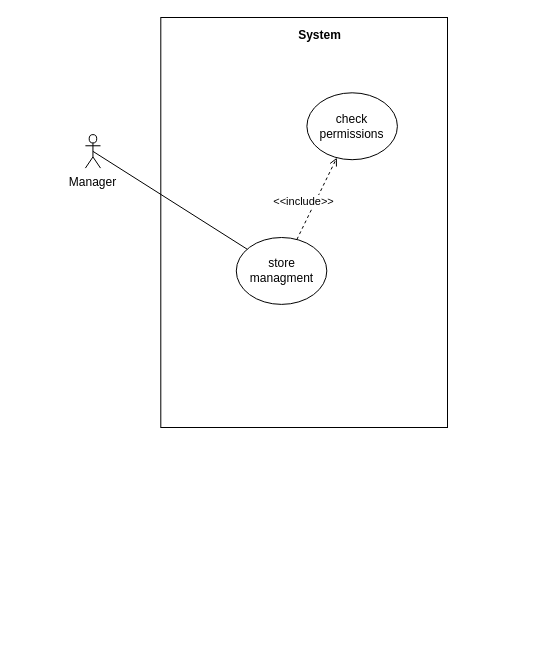
The draw.io diagram use cases/use case 5.1.drawio in LevyIfta/Team-19B-Project, before the edit. Source tidied: cells renumbered, new cells numbered last; positions are measured from the earlier drawing's top-left corner, leaving out a move shared by most shapes. Both pictures are drawn from the tidied source at 100%, with x=0, y=0 at pixel (17, 17).
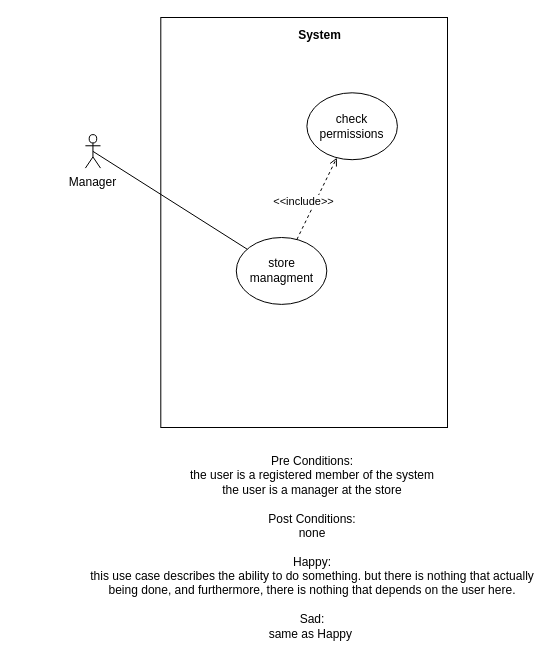
Above is the later version.

Diff of the diagram source:
```diff
@@
 <mxGraphModel>
   <root>
     <mxCell id="0" />
     <mxCell id="1" parent="0" />
     <mxCell id="2" style="group;" parent="1" vertex="1">
       <mxGeometry width="430" height="410" as="geometry" />
     </mxCell>
     <mxCell id="3" style="rounded=0;whiteSpace=wrap;html=1;" parent="2" vertex="1">
       <mxGeometry x="143.3" width="286.7" height="410" as="geometry" />
     </mxCell>
     <mxCell id="4" value="Manager" style="shape=umlActor;verticalLabelPosition=bottom;verticalAlign=top;html=1;outlineConnect=0;" parent="2" vertex="1">
       <mxGeometry x="67.9" y="117.1" width="15.1" height="33.5" as="geometry" />
     </mxCell>
     <mxCell id="5" value="store managment" style="ellipse;whiteSpace=wrap;html=1;" parent="2" vertex="1">
       <mxGeometry x="218.8" y="220" width="90.5" height="66.9" as="geometry" />
     </mxCell>
     <mxCell id="6" style="endArrow=none;html=1;entryX=0.5;entryY=0.5;entryDx=0;entryDy=0;entryPerimeter=0;" parent="2" edge="1" source="5" target="4">
       <mxGeometry relative="1" as="geometry" />
     </mxCell>
     <mxCell id="7" value="&lt;b&gt;System&lt;/b&gt;" style="text;html=1;align=center;verticalAlign=middle;" parent="2" vertex="1">
       <mxGeometry x="271.6" y="8.4" width="60" height="20" as="geometry" />
     </mxCell>
     <mxCell id="8" value="check permissions" style="ellipse;whiteSpace=wrap;html=1;" parent="2" vertex="1">
       <mxGeometry x="289.4" y="75.3" width="90.5" height="66.9" as="geometry" />
     </mxCell>
     <mxCell id="9" style="endArrow=open;dashed=1;html=1;strokeWidth=1;endFill=0;" parent="2" edge="1" source="5" target="8">
       <mxGeometry relative="1" as="geometry" />
     </mxCell>
     <mxCell id="10" value="&amp;lt;&amp;lt;include&amp;gt;&amp;gt;" style="edgeLabel;html=1;align=center;verticalAlign=middle;" parent="9" vertex="1">
       <mxGeometry x="-0.4" y="-4" relative="1" as="geometry">
         <mxPoint x="-9" y="-16" as="offset" />
       </mxGeometry>
     </mxCell>
+    <mxCell id="11" value="Pre Conditions:&lt;br&gt;the user is a registered member of the system&lt;br&gt;the user is a manager at the store&lt;br&gt;&lt;br&gt;Post Conditions:&lt;br&gt;none&lt;br&gt;&lt;br&gt;Happy:&lt;br&gt;this use case describes the ability to do something. but there is nothing that actually being done, and furthermore, there is nothing that depends on the user here.&lt;br&gt;&lt;br&gt;Sad:&lt;br&gt;same as Happy&amp;nbsp;" style="text;html=1;strokeColor=none;fillColor=none;align=center;verticalAlign=middle;whiteSpace=wrap;rounded=0;" parent="1" vertex="1">
+      <mxGeometry x="65" y="520" width="460" height="20" as="geometry" />
+    </mxCell>
   </root>
 </mxGraphModel>
```
